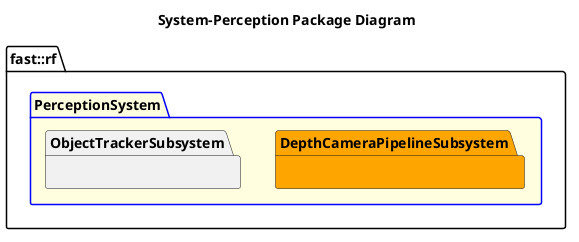
Before: Systems/Perception/doc/puml/SystemPerceptionPackageDiagram.png, a diagram exported from PlantUML (fastrobotics/robot_framework).
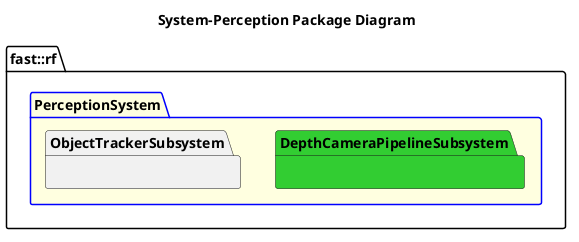
Above is the later version.

The edit, as a diff of the source:
```diff
@@ -4,7 +4,7 @@
 namespace fast::rf {
     package PerceptionSystem #LightYellow;line:blue {
 
-        namespace DepthCameraPipelineSubsystem #Orange {
+        namespace DepthCameraPipelineSubsystem #LimeGreen {
 
         }
         namespace ObjectTrackerSubsystem {
```
